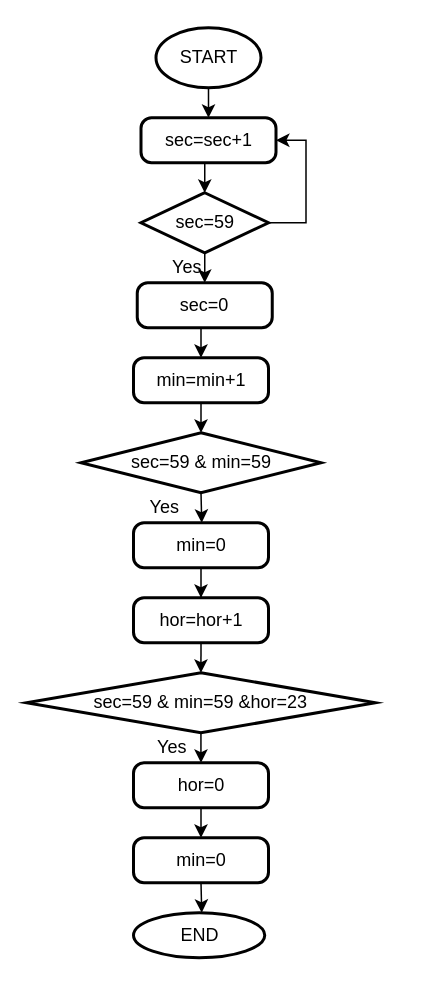
Above: Embedded System.drawio in Zh1Y1L1/CSD (draw.io), before the change. Source tidied: cells renumbered, new cells numbered last; positions are measured from the earlier drawing's top-left corner, leaving out a move shared by most shapes. Both pictures are drawn from the tidied source at 150%, with x=0, y=0 at pixel (26, 27).
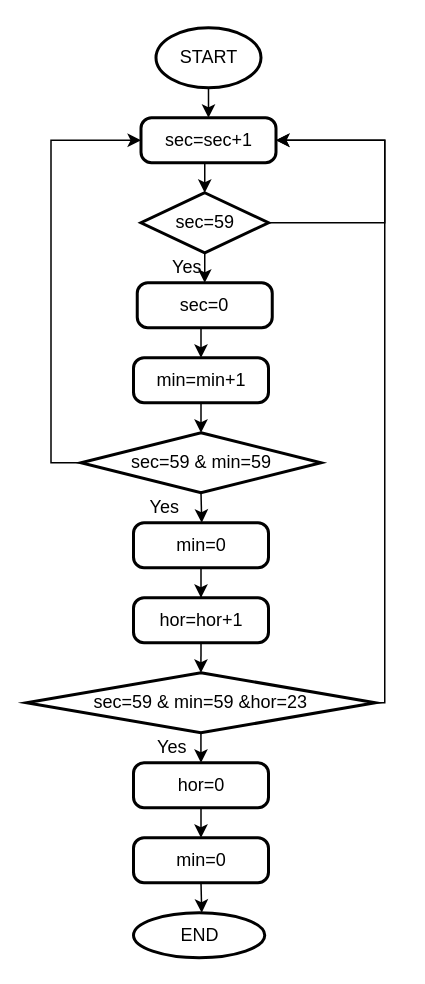
The same diagram, later.

The change refers to these unchanged cells:
```xml
<mxCell id="6" value="sec=59" style="strokeWidth=2;html=1;shape=mxgraph.flowchart.decision;whiteSpace=wrap;" parent="1" vertex="1">
  <mxGeometry x="76.5" y="110" width="85" height="40" as="geometry" />
</mxCell>
<mxCell id="8" value="sec=sec+1" style="rounded=1;whiteSpace=wrap;html=1;absoluteArcSize=1;arcSize=14;strokeWidth=2;" parent="1" vertex="1">
  <mxGeometry x="76.5" y="60" width="90" height="30" as="geometry" />
</mxCell>
<mxCell id="15" value="sec=59 &amp;amp; min=59" style="strokeWidth=2;html=1;shape=mxgraph.flowchart.decision;whiteSpace=wrap;" parent="1" vertex="1">
  <mxGeometry x="36.5" y="270" width="160" height="40" as="geometry" />
</mxCell>
<mxCell id="21" value="sec=59 &amp;amp; min=59 &amp;amp;hor=23" style="strokeWidth=2;html=1;shape=mxgraph.flowchart.decision;whiteSpace=wrap;" parent="1" vertex="1">
  <mxGeometry x="0.2" y="430" width="232.5" height="40" as="geometry" />
</mxCell>
```

Diff of the diagram source:
```diff
@@
     <mxCell id="4" style="edgeStyle=orthogonalEdgeStyle;rounded=0;jettySize=auto;html=1;exitX=1;exitY=0.5;exitDx=0;exitDy=0;exitPerimeter=0;entryX=1;entryY=0.5;entryDx=0;entryDy=0;" parent="1" edge="1" source="6" target="8">
-      <mxGeometry relative="1" as="geometry" />
+      <mxGeometry relative="1" as="geometry">
+        <Array as="points">
+          <mxPoint x="239" y="130" />
+          <mxPoint x="239" y="75" />
+        </Array>
+      </mxGeometry>
     </mxCell>
@@
+    <mxCell id="29" style="edgeStyle=orthogonalEdgeStyle;rounded=0;jettySize=auto;html=1;exitX=0;exitY=0.5;exitDx=0;exitDy=0;exitPerimeter=0;entryX=0;entryY=0.5;entryDx=0;entryDy=0;" parent="1" edge="1" source="15" target="8">
+      <mxGeometry relative="1" as="geometry" />
+    </mxCell>
@@
+    <mxCell id="30" style="edgeStyle=orthogonalEdgeStyle;rounded=0;jettySize=auto;html=1;exitX=1;exitY=0.5;exitDx=0;exitDy=0;exitPerimeter=0;entryX=1;entryY=0.5;entryDx=0;entryDy=0;" parent="1" edge="1" source="21" target="8">
+      <mxGeometry relative="1" as="geometry">
+        <Array as="points">
+          <mxPoint x="239" y="450" />
+          <mxPoint x="239" y="75" />
+        </Array>
+      </mxGeometry>
+    </mxCell>
```
